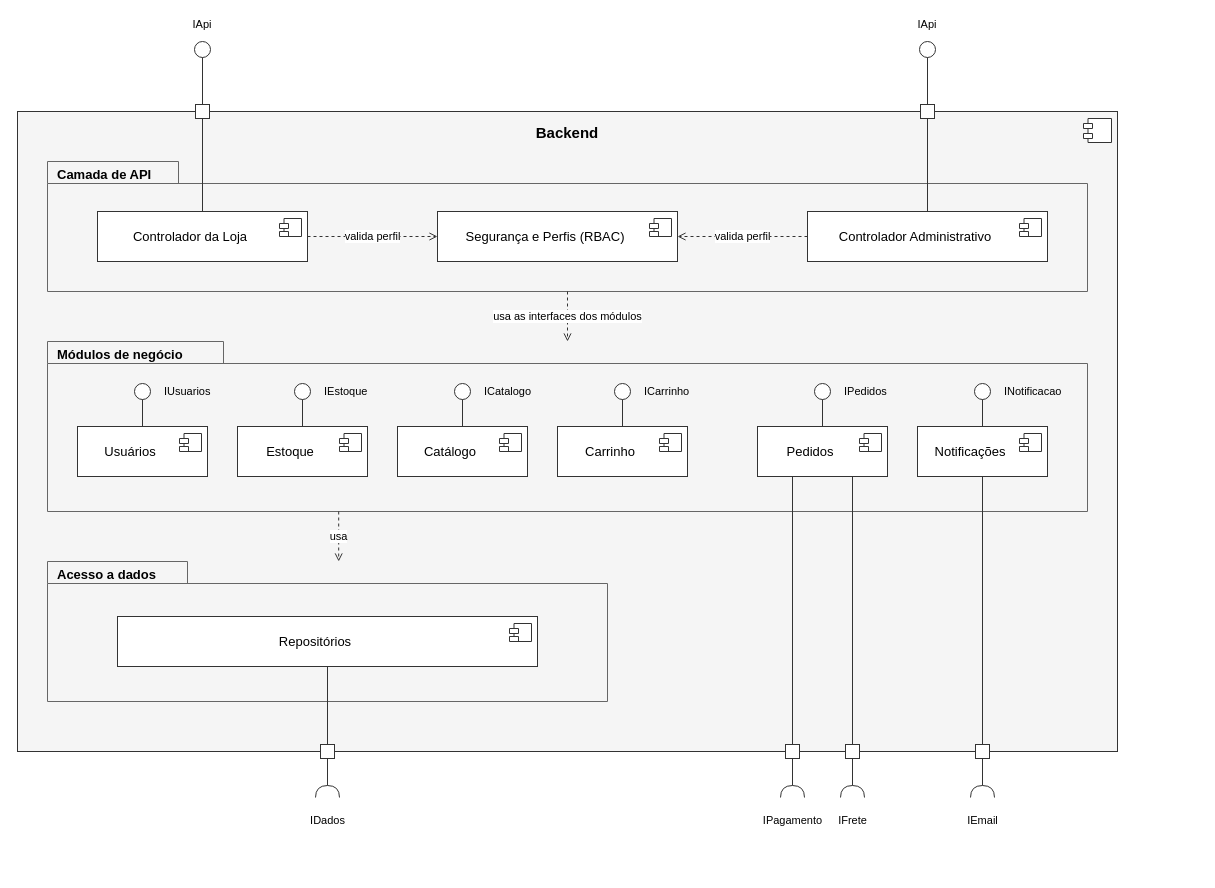
Above: aps2/assets/CMP_Backend.drawio in gabrlou/modelagem-software (draw.io), before the change. Source tidied: cells renumbered, new cells numbered last; positions are measured from the earlier drawing's top-left corner, leaving out a move shared by most shapes. Both pictures are drawn from the tidied source at 100%, with x=0, y=0 at pixel (17, 41).
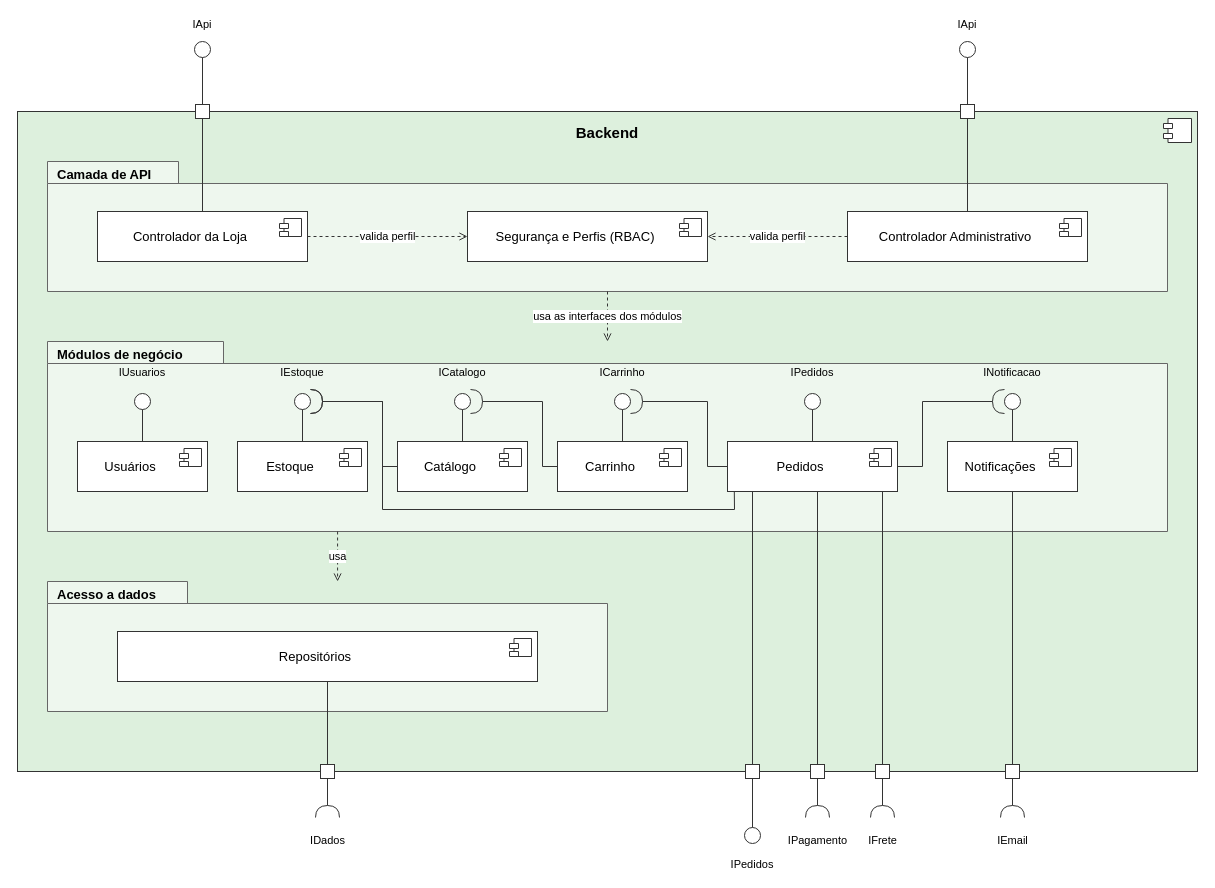
Above is the later version.

Commit message (it also covers changes not shown here):
docs(aps2): cores nos diagramas, secao Diagrama no cap. 3, micro do Backend e Frontend revisados, textos explicativos

Change to the diagram source:
```diff
@@
-    <mxCell id="2" value="Backend" style="rounded=0;whiteSpace=wrap;html=1;fillColor=#F5F5F5;strokeColor=#333333;fontSize=15;fontStyle=1;align=center;verticalAlign=top;spacingTop=6;" parent="1" vertex="1">
-      <mxGeometry y="70" width="1100" height="640" as="geometry" />
+    <mxCell id="2" value="Backend" style="rounded=0;whiteSpace=wrap;html=1;fillColor=#DDF0DD;strokeColor=#333333;fontSize=15;fontStyle=1;align=center;verticalAlign=top;spacingTop=6;" parent="1" vertex="1">
+      <mxGeometry y="70" width="1180" height="660" as="geometry" />
     </mxCell>
@@
-    <mxCell id="4" value="Camada de API" style="shape=folder;tabPosition=left;tabHeight=22;whiteSpace=wrap;html=1;fillColor=#F5F5F5;strokeColor=#666666;fontStyle=1;fontSize=13;align=left;verticalAlign=top;spacingLeft=8;spacingTop=-1;tabWidth=131;" parent="1" vertex="1">
-      <mxGeometry x="30" y="120" width="1040" height="130" as="geometry" />
+    <mxCell id="4" value="Camada de API" style="shape=folder;tabPosition=left;tabHeight=22;whiteSpace=wrap;html=1;fillColor=#EEF7EE;strokeColor=#666666;fontStyle=1;fontSize=13;align=left;verticalAlign=top;spacingLeft=8;spacingTop=-1;tabWidth=131;" parent="1" vertex="1">
+      <mxGeometry x="30" y="120" width="1120" height="130" as="geometry" />
     </mxCell>
-    <mxCell id="5" value="Módulos de negócio" style="shape=folder;tabPosition=left;tabHeight=22;whiteSpace=wrap;html=1;fillColor=#F5F5F5;strokeColor=#666666;fontStyle=1;fontSize=13;align=left;verticalAlign=top;spacingLeft=8;spacingTop=-1;tabWidth=176;" parent="1" vertex="1">
-      <mxGeometry x="30" y="300" width="1040" height="170" as="geometry" />
+    <mxCell id="5" value="Módulos de negócio" style="shape=folder;tabPosition=left;tabHeight=22;whiteSpace=wrap;html=1;fillColor=#EEF7EE;strokeColor=#666666;fontStyle=1;fontSize=13;align=left;verticalAlign=top;spacingLeft=8;spacingTop=-1;tabWidth=176;" parent="1" vertex="1">
+      <mxGeometry x="30" y="300" width="1120" height="190" as="geometry" />
     </mxCell>
-    <mxCell id="6" value="Acesso a dados" style="shape=folder;tabPosition=left;tabHeight=22;whiteSpace=wrap;html=1;fillColor=#F5F5F5;strokeColor=#666666;fontStyle=1;fontSize=13;align=left;verticalAlign=top;spacingLeft=8;spacingTop=-1;tabWidth=140;" parent="1" vertex="1">
-      <mxGeometry x="30" y="520" width="560" height="140" as="geometry" />
+    <mxCell id="6" value="Acesso a dados" style="shape=folder;tabPosition=left;tabHeight=22;whiteSpace=wrap;html=1;fillColor=#EEF7EE;strokeColor=#666666;fontStyle=1;fontSize=13;align=left;verticalAlign=top;spacingLeft=8;spacingTop=-1;tabWidth=140;" parent="1" vertex="1">
+      <mxGeometry x="30" y="540" width="560" height="130" as="geometry" />
     </mxCell>
@@
-    <mxCell id="8" value="usa" style="html=1;rounded=0;dashed=1;endArrow=open;endFill=0;strokeColor=#333333;edgeStyle=none;fontSize=11;exitX=0.28;exitY=1;exitDx=0;exitDy=0;entryX=0.52;entryY=0;entryDx=0;entryDy=0;" parent="1" edge="1" source="5" target="6">
+    <mxCell id="8" value="usa" style="html=1;rounded=0;dashed=1;endArrow=open;endFill=0;strokeColor=#333333;edgeStyle=none;fontSize=11;exitX=0.259;exitY=1;exitDx=0;exitDy=0;entryX=0.518;entryY=0;entryDx=0;entryDy=0;" parent="1" edge="1" source="5" target="6">
       <mxGeometry relative="1" as="geometry" />
     </mxCell>
@@
     <mxCell id="11" value="Segurança e Perfis (RBAC)" style="rounded=0;whiteSpace=wrap;html=1;fillColor=#FFFFFF;strokeColor=#333333;fontSize=13;align=center;verticalAlign=middle;spacingRight=24;" parent="1" vertex="1">
-      <mxGeometry x="420" y="170" width="240" height="50" as="geometry" />
+      <mxGeometry x="450" y="170" width="240" height="50" as="geometry" />
     </mxCell>
@@
     <mxCell id="13" value="Controlador Administrativo" style="rounded=0;whiteSpace=wrap;html=1;fillColor=#FFFFFF;strokeColor=#333333;fontSize=13;align=center;verticalAlign=middle;spacingRight=24;" parent="1" vertex="1">
-      <mxGeometry x="790" y="170" width="240" height="50" as="geometry" />
+      <mxGeometry x="830" y="170" width="240" height="50" as="geometry" />
     </mxCell>
@@
     <mxCell id="21" style="rounded=0;whiteSpace=wrap;html=1;fillColor=#FFFFFF;strokeColor=#333333;" parent="1" vertex="1">
-      <mxGeometry x="903" y="63" width="14" height="14" as="geometry" />
+      <mxGeometry x="943" y="63" width="14" height="14" as="geometry" />
     </mxCell>
     <mxCell id="22" value="IApi" style="ellipse;whiteSpace=wrap;html=1;fillColor=#FFFFFF;strokeColor=#333333;fontSize=11;spacing=10;labelPosition=center;verticalLabelPosition=top;align=center;verticalAlign=bottom;" parent="1" vertex="1">
-      <mxGeometry x="902" width="16" height="16" as="geometry" />
+      <mxGeometry x="942" width="16" height="16" as="geometry" />
     </mxCell>
@@
     <mxCell id="25" value="Usuários" style="rounded=0;whiteSpace=wrap;html=1;fillColor=#FFFFFF;strokeColor=#333333;fontSize=13;align=center;verticalAlign=middle;spacingRight=24;" parent="1" vertex="1">
-      <mxGeometry x="60" y="385" width="130" height="50" as="geometry" />
+      <mxGeometry x="60" y="400" width="130" height="50" as="geometry" />
     </mxCell>
@@
-    <mxCell id="27" value="IUsuarios" style="ellipse;whiteSpace=wrap;html=1;fillColor=#FFFFFF;strokeColor=#333333;fontSize=11;spacing=14;labelPosition=right;verticalLabelPosition=middle;align=left;verticalAlign=middle;" parent="1" vertex="1">
-      <mxGeometry x="117" y="342" width="16" height="16" as="geometry" />
+    <mxCell id="27" value="IUsuarios" style="ellipse;whiteSpace=wrap;html=1;fillColor=#FFFFFF;strokeColor=#333333;fontSize=11;spacing=14;labelPosition=center;verticalLabelPosition=top;align=center;verticalAlign=bottom;" parent="1" vertex="1">
+      <mxGeometry x="117" y="352" width="16" height="16" as="geometry" />
     </mxCell>
@@
     <mxCell id="29" value="Estoque" style="rounded=0;whiteSpace=wrap;html=1;fillColor=#FFFFFF;strokeColor=#333333;fontSize=13;align=center;verticalAlign=middle;spacingRight=24;" parent="1" vertex="1">
-      <mxGeometry x="220" y="385" width="130" height="50" as="geometry" />
+      <mxGeometry x="220" y="400" width="130" height="50" as="geometry" />
     </mxCell>
@@
-    <mxCell id="31" value="IEstoque" style="ellipse;whiteSpace=wrap;html=1;fillColor=#FFFFFF;strokeColor=#333333;fontSize=11;spacing=14;labelPosition=right;verticalLabelPosition=middle;align=left;verticalAlign=middle;" parent="1" vertex="1">
-      <mxGeometry x="277" y="342" width="16" height="16" as="geometry" />
+    <mxCell id="31" value="IEstoque" style="ellipse;whiteSpace=wrap;html=1;fillColor=#FFFFFF;strokeColor=#333333;fontSize=11;spacing=14;labelPosition=center;verticalLabelPosition=top;align=center;verticalAlign=bottom;" parent="1" vertex="1">
+      <mxGeometry x="277" y="352" width="16" height="16" as="geometry" />
     </mxCell>
@@
     <mxCell id="33" value="Catálogo" style="rounded=0;whiteSpace=wrap;html=1;fillColor=#FFFFFF;strokeColor=#333333;fontSize=13;align=center;verticalAlign=middle;spacingRight=24;" parent="1" vertex="1">
-      <mxGeometry x="380" y="385" width="130" height="50" as="geometry" />
+      <mxGeometry x="380" y="400" width="130" height="50" as="geometry" />
     </mxCell>
@@
-    <mxCell id="35" value="ICatalogo" style="ellipse;whiteSpace=wrap;html=1;fillColor=#FFFFFF;strokeColor=#333333;fontSize=11;spacing=14;labelPosition=right;verticalLabelPosition=middle;align=left;verticalAlign=middle;" parent="1" vertex="1">
-      <mxGeometry x="437" y="342" width="16" height="16" as="geometry" />
+    <mxCell id="35" value="ICatalogo" style="ellipse;whiteSpace=wrap;html=1;fillColor=#FFFFFF;strokeColor=#333333;fontSize=11;spacing=14;labelPosition=center;verticalLabelPosition=top;align=center;verticalAlign=bottom;" parent="1" vertex="1">
+      <mxGeometry x="437" y="352" width="16" height="16" as="geometry" />
     </mxCell>
@@
     <mxCell id="37" value="Carrinho" style="rounded=0;whiteSpace=wrap;html=1;fillColor=#FFFFFF;strokeColor=#333333;fontSize=13;align=center;verticalAlign=middle;spacingRight=24;" parent="1" vertex="1">
-      <mxGeometry x="540" y="385" width="130" height="50" as="geometry" />
+      <mxGeometry x="540" y="400" width="130" height="50" as="geometry" />
     </mxCell>
@@
-    <mxCell id="39" value="ICarrinho" style="ellipse;whiteSpace=wrap;html=1;fillColor=#FFFFFF;strokeColor=#333333;fontSize=11;spacing=14;labelPosition=right;verticalLabelPosition=middle;align=left;verticalAlign=middle;" parent="1" vertex="1">
-      <mxGeometry x="597" y="342" width="16" height="16" as="geometry" />
+    <mxCell id="39" value="ICarrinho" style="ellipse;whiteSpace=wrap;html=1;fillColor=#FFFFFF;strokeColor=#333333;fontSize=11;spacing=14;labelPosition=center;verticalLabelPosition=top;align=center;verticalAlign=bottom;" parent="1" vertex="1">
+      <mxGeometry x="597" y="352" width="16" height="16" as="geometry" />
     </mxCell>
@@
     <mxCell id="41" value="Pedidos" style="rounded=0;whiteSpace=wrap;html=1;fillColor=#FFFFFF;strokeColor=#333333;fontSize=13;align=center;verticalAlign=middle;spacingRight=24;" parent="1" vertex="1">
-      <mxGeometry x="740" y="385" width="130" height="50" as="geometry" />
+      <mxGeometry x="710" y="400" width="170" height="50" as="geometry" />
     </mxCell>
@@
-    <mxCell id="43" value="IPedidos" style="ellipse;whiteSpace=wrap;html=1;fillColor=#FFFFFF;strokeColor=#333333;fontSize=11;spacing=14;labelPosition=right;verticalLabelPosition=middle;align=left;verticalAlign=middle;" parent="1" vertex="1">
-      <mxGeometry x="797" y="342" width="16" height="16" as="geometry" />
+    <mxCell id="43" value="IPedidos" style="ellipse;whiteSpace=wrap;html=1;fillColor=#FFFFFF;strokeColor=#333333;fontSize=11;spacing=14;labelPosition=center;verticalLabelPosition=top;align=center;verticalAlign=bottom;" parent="1" vertex="1">
+      <mxGeometry x="787" y="352" width="16" height="16" as="geometry" />
     </mxCell>
@@
     <mxCell id="45" value="Notificações" style="rounded=0;whiteSpace=wrap;html=1;fillColor=#FFFFFF;strokeColor=#333333;fontSize=13;align=center;verticalAlign=middle;spacingRight=24;" parent="1" vertex="1">
-      <mxGeometry x="900" y="385" width="130" height="50" as="geometry" />
+      <mxGeometry x="930" y="400" width="130" height="50" as="geometry" />
     </mxCell>
@@
-    <mxCell id="47" value="INotificacao" style="ellipse;whiteSpace=wrap;html=1;fillColor=#FFFFFF;strokeColor=#333333;fontSize=11;spacing=14;labelPosition=right;verticalLabelPosition=middle;align=left;verticalAlign=middle;" parent="1" vertex="1">
-      <mxGeometry x="957" y="342" width="16" height="16" as="geometry" />
+    <mxCell id="47" value="INotificacao" style="ellipse;whiteSpace=wrap;html=1;fillColor=#FFFFFF;strokeColor=#333333;fontSize=11;spacing=14;labelPosition=center;verticalLabelPosition=top;align=center;verticalAlign=bottom;" parent="1" vertex="1">
+      <mxGeometry x="987" y="352" width="16" height="16" as="geometry" />
     </mxCell>
@@
-    <mxCell id="49" value="Repositórios" style="rounded=0;whiteSpace=wrap;html=1;fillColor=#FFFFFF;strokeColor=#333333;fontSize=13;align=center;verticalAlign=middle;spacingRight=24;" parent="1" vertex="1">
-      <mxGeometry x="100" y="575" width="420" height="50" as="geometry" />
+    <mxCell id="49" style="html=1;rounded=0;endArrow=halfCircle;endFill=0;endSize=10;strokeColor=#333333;edgeStyle=none;exitX=0;exitY=0.5;exitDx=0;exitDy=0;entryX=1;entryY=0.5;entryDx=0;entryDy=0;" parent="1" edge="1" source="33" target="31">
+      <mxGeometry relative="1" as="geometry">
+        <Array as="points">
+          <mxPoint x="365" y="425" />
+          <mxPoint x="365" y="360" />
+        </Array>
+      </mxGeometry>
     </mxCell>
-    <mxCell id="50" style="shape=module;jettyWidth=9;jettyHeight=5;html=1;fillColor=#FFFFFF;strokeColor=#333333;" parent="49" vertex="1">
-      <mxGeometry x="1" width="22" height="18" relative="1" as="geometry">
-        <mxPoint x="-28" y="7" as="offset" />
+    <mxCell id="50" style="html=1;rounded=0;endArrow=halfCircle;endFill=0;endSize=10;strokeColor=#333333;edgeStyle=none;exitX=0;exitY=0.5;exitDx=0;exitDy=0;entryX=1;entryY=0.5;entryDx=0;entryDy=0;" parent="1" edge="1" source="37" target="35">
+      <mxGeometry relative="1" as="geometry">
+        <Array as="points">
+          <mxPoint x="525" y="425" />
+          <mxPoint x="525" y="360" />
+        </Array>
       </mxGeometry>
     </mxCell>
-    <mxCell id="51" style="rounded=0;whiteSpace=wrap;html=1;fillColor=#FFFFFF;strokeColor=#333333;" parent="1" vertex="1">
-      <mxGeometry x="303" y="703" width="14" height="14" as="geometry" />
+    <mxCell id="51" style="html=1;rounded=0;endArrow=halfCircle;endFill=0;endSize=10;strokeColor=#333333;edgeStyle=none;exitX=0;exitY=0.5;exitDx=0;exitDy=0;entryX=1;entryY=0.5;entryDx=0;entryDy=0;" parent="1" edge="1" source="41" target="39">
+      <mxGeometry relative="1" as="geometry">
+        <Array as="points">
+          <mxPoint x="690" y="425" />
+          <mxPoint x="690" y="360" />
+        </Array>
+      </mxGeometry>
     </mxCell>
-    <mxCell id="52" style="html=1;rounded=0;endArrow=none;strokeColor=#333333;edgeStyle=none;exitX=0.5;exitY=1;exitDx=0;exitDy=0;" parent="1" edge="1" source="49" target="51">
-      <mxGeometry relative="1" as="geometry" />
+    <mxCell id="52" style="html=1;rounded=0;endArrow=halfCircle;endFill=0;endSize=10;strokeColor=#333333;edgeStyle=none;exitX=0.04;exitY=1;exitDx=0;exitDy=0;entryX=1;entryY=0.5;entryDx=0;entryDy=0;" parent="1" edge="1" source="41" target="31">
+      <mxGeometry relative="1" as="geometry">
+        <Array as="points">
+          <mxPoint x="717" y="468" />
+          <mxPoint x="365" y="468" />
+          <mxPoint x="365" y="360" />
+        </Array>
+      </mxGeometry>
     </mxCell>
-    <mxCell id="53" style="ellipse;strokeColor=none;fillColor=none;" parent="1" vertex="1">
-      <mxGeometry x="309" y="756" width="2" height="2" as="geometry" />
+    <mxCell id="53" style="html=1;rounded=0;endArrow=halfCircle;endFill=0;endSize=10;strokeColor=#333333;edgeStyle=none;exitX=1;exitY=0.5;exitDx=0;exitDy=0;entryX=0;entryY=0.5;entryDx=0;entryDy=0;" parent="1" edge="1" source="41" target="47">
+      <mxGeometry relative="1" as="geometry">
+        <Array as="points">
+          <mxPoint x="905" y="425" />
+          <mxPoint x="905" y="360" />
+        </Array>
+      </mxGeometry>
     </mxCell>
-    <mxCell id="54" style="html=1;rounded=0;endArrow=halfCircle;endFill=0;endSize=10;strokeColor=#333333;edgeStyle=none;" parent="1" edge="1" source="51" target="53">
-      <mxGeometry relative="1" as="geometry" />
+    <mxCell id="54" value="Repositórios" style="rounded=0;whiteSpace=wrap;html=1;fillColor=#FFFFFF;strokeColor=#333333;fontSize=13;align=center;verticalAlign=middle;spacingRight=24;" parent="1" vertex="1">
+      <mxGeometry x="100" y="590" width="420" height="50" as="geometry" />
     </mxCell>
-    <mxCell id="55" value="IDados" style="text;html=1;align=center;fontSize=11;" parent="1" vertex="1">
-      <mxGeometry x="265" y="766" width="90" height="20" as="geometry" />
+    <mxCell id="55" style="shape=module;jettyWidth=9;jettyHeight=5;html=1;fillColor=#FFFFFF;strokeColor=#333333;" parent="54" vertex="1">
+      <mxGeometry x="1" width="22" height="18" relative="1" as="geometry">
+        <mxPoint x="-28" y="7" as="offset" />
+      </mxGeometry>
     </mxCell>
     <mxCell id="56" style="rounded=0;whiteSpace=wrap;html=1;fillColor=#FFFFFF;strokeColor=#333333;" parent="1" vertex="1">
-      <mxGeometry x="768" y="703" width="14" height="14" as="geometry" />
+      <mxGeometry x="303" y="723" width="14" height="14" as="geometry" />
     </mxCell>
-    <mxCell id="57" style="html=1;rounded=0;endArrow=none;strokeColor=#333333;edgeStyle=none;exitX=0.2692307692307692;exitY=1;exitDx=0;exitDy=0;" parent="1" edge="1" source="41" target="56">
+    <mxCell id="57" style="html=1;rounded=0;endArrow=none;strokeColor=#333333;edgeStyle=none;exitX=0.5;exitY=1;exitDx=0;exitDy=0;" parent="1" edge="1" source="54" target="56">
       <mxGeometry relative="1" as="geometry" />
     </mxCell>
     <mxCell id="58" style="ellipse;strokeColor=none;fillColor=none;" parent="1" vertex="1">
-      <mxGeometry x="774" y="756" width="2" height="2" as="geometry" />
+      <mxGeometry x="309" y="776" width="2" height="2" as="geometry" />
     </mxCell>
@@
-    <mxCell id="60" value="IPagamento" style="text;html=1;align=center;fontSize=11;" parent="1" vertex="1">
-      <mxGeometry x="730" y="766" width="90" height="20" as="geometry" />
+    <mxCell id="60" value="IDados" style="text;html=1;align=center;fontSize=11;" parent="1" vertex="1">
+      <mxGeometry x="265" y="786" width="90" height="20" as="geometry" />
     </mxCell>
     <mxCell id="61" style="rounded=0;whiteSpace=wrap;html=1;fillColor=#FFFFFF;strokeColor=#333333;" parent="1" vertex="1">
-      <mxGeometry x="828" y="703" width="14" height="14" as="geometry" />
+      <mxGeometry x="728" y="723" width="14" height="14" as="geometry" />
     </mxCell>
-    <mxCell id="62" style="html=1;rounded=0;endArrow=none;strokeColor=#333333;edgeStyle=none;exitX=0.7307692307692307;exitY=1;exitDx=0;exitDy=0;" parent="1" edge="1" source="41" target="61">
-      <mxGeometry relative="1" as="geometry" />
+    <mxCell id="62" value="IPedidos" style="ellipse;whiteSpace=wrap;html=1;fillColor=#FFFFFF;strokeColor=#333333;fontSize=11;spacing=10;labelPosition=center;verticalLabelPosition=bottom;align=center;verticalAlign=top;" parent="1" vertex="1">
+      <mxGeometry x="727" y="786" width="16" height="16" as="geometry" />
     </mxCell>
-    <mxCell id="63" style="ellipse;strokeColor=none;fillColor=none;" parent="1" vertex="1">
-      <mxGeometry x="834" y="756" width="2" height="2" as="geometry" />
+    <mxCell id="63" style="html=1;rounded=0;endArrow=none;strokeColor=#333333;edgeStyle=none;exitX=0.14705882352941177;exitY=1;exitDx=0;exitDy=0;" parent="1" edge="1" source="41" target="61">
+      <mxGeometry relative="1" as="geometry" />
     </mxCell>
-    <mxCell id="64" style="html=1;rounded=0;endArrow=halfCircle;endFill=0;endSize=10;strokeColor=#333333;edgeStyle=none;" parent="1" edge="1" source="61" target="63">
+    <mxCell id="64" style="html=1;rounded=0;endArrow=none;strokeColor=#333333;" parent="1" edge="1" source="61" target="62">
       <mxGeometry relative="1" as="geometry" />
     </mxCell>
-    <mxCell id="65" value="IFrete" style="text;html=1;align=center;fontSize=11;" parent="1" vertex="1">
-      <mxGeometry x="790" y="766" width="90" height="20" as="geometry" />
+    <mxCell id="65" style="rounded=0;whiteSpace=wrap;html=1;fillColor=#FFFFFF;strokeColor=#333333;" parent="1" vertex="1">
+      <mxGeometry x="793" y="723" width="14" height="14" as="geometry" />
     </mxCell>
-    <mxCell id="66" style="rounded=0;whiteSpace=wrap;html=1;fillColor=#FFFFFF;strokeColor=#333333;" parent="1" vertex="1">
-      <mxGeometry x="958" y="703" width="14" height="14" as="geometry" />
+    <mxCell id="66" style="html=1;rounded=0;endArrow=none;strokeColor=#333333;edgeStyle=none;exitX=0.5294117647058824;exitY=1;exitDx=0;exitDy=0;" parent="1" edge="1" source="41" target="65">
+      <mxGeometry relative="1" as="geometry" />
     </mxCell>
-    <mxCell id="67" style="html=1;rounded=0;endArrow=none;strokeColor=#333333;edgeStyle=none;exitX=0.5;exitY=1;exitDx=0;exitDy=0;" parent="1" edge="1" source="45" target="66">
-      <mxGeometry relative="1" as="geometry" />
+    <mxCell id="67" style="ellipse;strokeColor=none;fillColor=none;" parent="1" vertex="1">
+      <mxGeometry x="799" y="776" width="2" height="2" as="geometry" />
     </mxCell>
-    <mxCell id="68" style="ellipse;strokeColor=none;fillColor=none;" parent="1" vertex="1">
-      <mxGeometry x="964" y="756" width="2" height="2" as="geometry" />
+    <mxCell id="68" style="html=1;rounded=0;endArrow=halfCircle;endFill=0;endSize=10;strokeColor=#333333;edgeStyle=none;" parent="1" edge="1" source="65" target="67">
+      <mxGeometry relative="1" as="geometry" />
     </mxCell>
-    <mxCell id="69" style="html=1;rounded=0;endArrow=halfCircle;endFill=0;endSize=10;strokeColor=#333333;edgeStyle=none;" parent="1" edge="1" source="66" target="68">
-      <mxGeometry relative="1" as="geometry" />
+    <mxCell id="69" value="IPagamento" style="text;html=1;align=center;fontSize=11;" parent="1" vertex="1">
+      <mxGeometry x="755" y="786" width="90" height="20" as="geometry" />
     </mxCell>
-    <mxCell id="70" value="IEmail" style="text;html=1;align=center;fontSize=11;" parent="1" vertex="1">
-      <mxGeometry x="920" y="766" width="90" height="20" as="geometry" />
+    <mxCell id="70" style="rounded=0;whiteSpace=wrap;html=1;fillColor=#FFFFFF;strokeColor=#333333;" parent="1" vertex="1">
+      <mxGeometry x="858" y="723" width="14" height="14" as="geometry" />
     </mxCell>
+    <mxCell id="71" style="html=1;rounded=0;endArrow=none;strokeColor=#333333;edgeStyle=none;exitX=0.9117647058823529;exitY=1;exitDx=0;exitDy=0;" parent="1" edge="1" source="41" target="70">
+      <mxGeometry relative="1" as="geometry" />
+    </mxCell>
+    <mxCell id="72" style="ellipse;strokeColor=none;fillColor=none;" parent="1" vertex="1">
+      <mxGeometry x="864" y="776" width="2" height="2" as="geometry" />
+    </mxCell>
+    <mxCell id="73" style="html=1;rounded=0;endArrow=halfCircle;endFill=0;endSize=10;strokeColor=#333333;edgeStyle=none;" parent="1" edge="1" source="70" target="72">
+      <mxGeometry relative="1" as="geometry" />
+    </mxCell>
+    <mxCell id="74" value="IFrete" style="text;html=1;align=center;fontSize=11;" parent="1" vertex="1">
+      <mxGeometry x="820" y="786" width="90" height="20" as="geometry" />
+    </mxCell>
+    <mxCell id="75" style="rounded=0;whiteSpace=wrap;html=1;fillColor=#FFFFFF;strokeColor=#333333;" parent="1" vertex="1">
+      <mxGeometry x="988" y="723" width="14" height="14" as="geometry" />
+    </mxCell>
+    <mxCell id="76" style="html=1;rounded=0;endArrow=none;strokeColor=#333333;edgeStyle=none;exitX=0.5;exitY=1;exitDx=0;exitDy=0;" parent="1" edge="1" source="45" target="75">
+      <mxGeometry relative="1" as="geometry" />
+    </mxCell>
+    <mxCell id="77" style="ellipse;strokeColor=none;fillColor=none;" parent="1" vertex="1">
+      <mxGeometry x="994" y="776" width="2" height="2" as="geometry" />
+    </mxCell>
+    <mxCell id="78" style="html=1;rounded=0;endArrow=halfCircle;endFill=0;endSize=10;strokeColor=#333333;edgeStyle=none;" parent="1" edge="1" source="75" target="77">
+      <mxGeometry relative="1" as="geometry" />
+    </mxCell>
+    <mxCell id="79" value="IEmail" style="text;html=1;align=center;fontSize=11;" parent="1" vertex="1">
+      <mxGeometry x="950" y="786" width="90" height="20" as="geometry" />
+    </mxCell>
```
